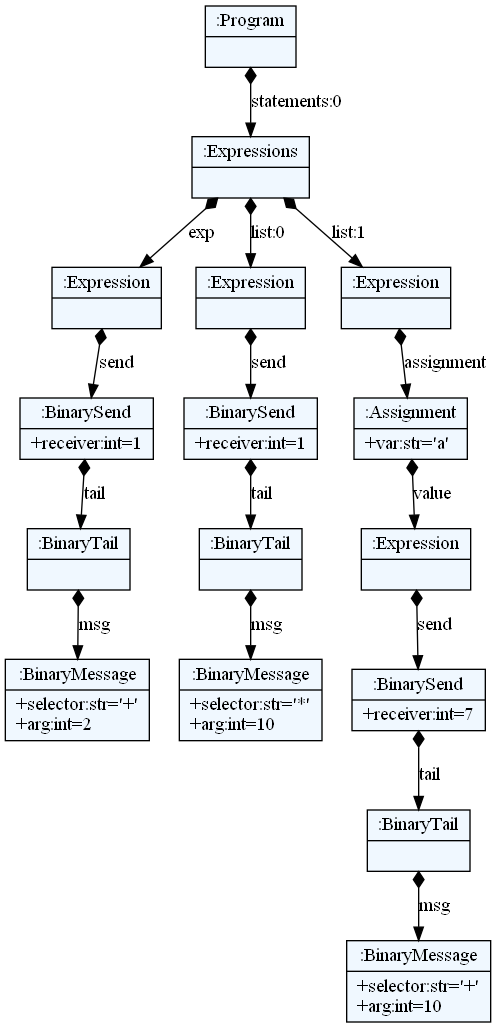
Earlier version of the Graphviz export parser/images/binary_msg.png (spcnz/smalltalk-parser). Its source is kept beside it as parser/dot/binary_msg.dot.
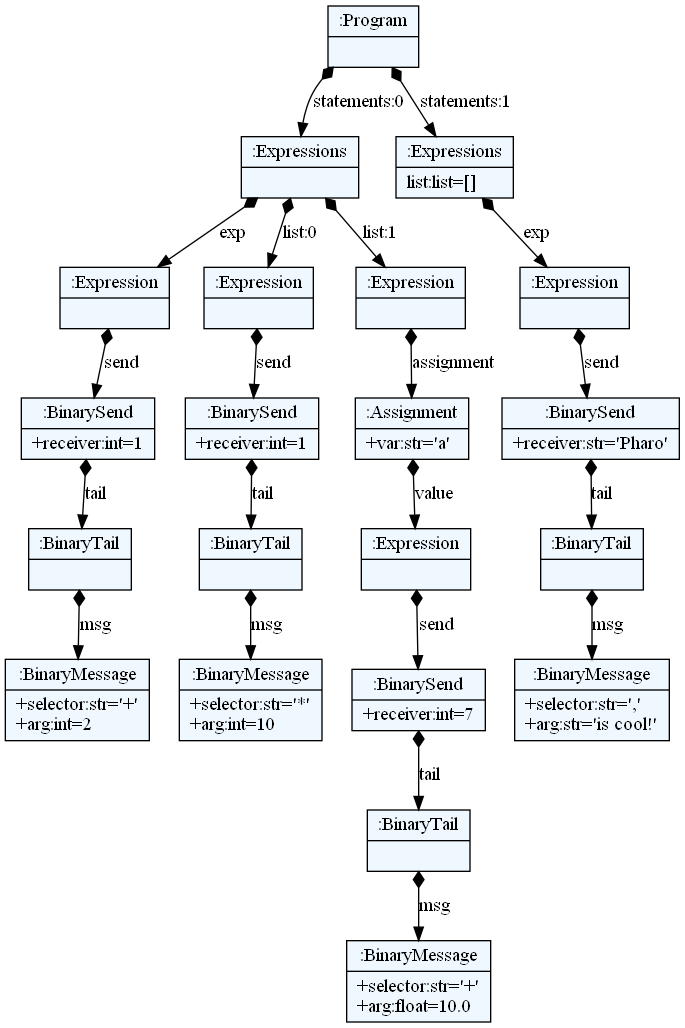
The same diagram one commit later.

Change to the diagram source:
```diff
@@ -10,36 +10,46 @@
     edge[dir=black,arrowtail=empty]
 
 
-2503602535168 -> 2503602759944 [label="statements:0" arrowtail=diamond dir=both]
-2503602759944 -> 2503602760560 [label="exp" arrowtail=diamond dir=both]
-2503602760560 -> 2503602759328 [label="send" arrowtail=diamond dir=both]
-2503602759328 -> 2503602760056 [label="tail" arrowtail=diamond dir=both]
-2503602760056 -> 2503602760672 [label="msg" arrowtail=diamond dir=both]
-2503602760672[label="{:BinaryMessage|+selector:str='+'\l+arg:int=2\l}"]
-2503602760056[label="{:BinaryTail|}"]
-2503602759328[label="{:BinarySend|+receiver:int=1\l}"]
-2503602760560[label="{:Expression|}"]
-2503602759944 -> 2503602759216 [label="list:0" arrowtail=diamond dir=both]
-2503602759216 -> 2503602760840 [label="send" arrowtail=diamond dir=both]
-2503602760840 -> 2503602761512 [label="tail" arrowtail=diamond dir=both]
-2503602761512 -> 2503602761624 [label="msg" arrowtail=diamond dir=both]
-2503602761624[label="{:BinaryMessage|+selector:str='*'\l+arg:int=10\l}"]
-2503602761512[label="{:BinaryTail|}"]
-2503602760840[label="{:BinarySend|+receiver:int=1\l}"]
-2503602759216[label="{:Expression|}"]
-2503602759944 -> 2503602760616 [label="list:1" arrowtail=diamond dir=both]
-2503602760616 -> 2503602760784 [label="assignment" arrowtail=diamond dir=both]
-2503602760784 -> 2503602761680 [label="value" arrowtail=diamond dir=both]
-2503602761680 -> 2503604810136 [label="send" arrowtail=diamond dir=both]
-2503604810136 -> 2503604810360 [label="tail" arrowtail=diamond dir=both]
-2503604810360 -> 2503604810472 [label="msg" arrowtail=diamond dir=both]
-2503604810472[label="{:BinaryMessage|+selector:str='+'\l+arg:int=10\l}"]
-2503604810360[label="{:BinaryTail|}"]
-2503604810136[label="{:BinarySend|+receiver:int=7\l}"]
-2503602761680[label="{:Expression|}"]
-2503602760784[label="{:Assignment|+var:str='a'\l}"]
-2503602760616[label="{:Expression|}"]
-2503602759944[label="{:Expressions|}"]
-2503602535168[label="{:Program|}"]
+1565906721872 -> 1565906994120 [label="statements:0" arrowtail=diamond dir=both]
+1565906994120 -> 1565906994344 [label="exp" arrowtail=diamond dir=both]
+1565906994344 -> 1565906995128 [label="send" arrowtail=diamond dir=both]
+1565906995128 -> 1565906994456 [label="tail" arrowtail=diamond dir=both]
+1565906994456 -> 1565906995800 [label="msg" arrowtail=diamond dir=both]
+1565906995800[label="{:BinaryMessage|+selector:str='+'\l+arg:int=2\l}"]
+1565906994456[label="{:BinaryTail|}"]
+1565906995128[label="{:BinarySend|+receiver:int=1\l}"]
+1565906994344[label="{:Expression|}"]
+1565906994120 -> 1565906995016 [label="list:0" arrowtail=diamond dir=both]
+1565906995016 -> 1565906995296 [label="send" arrowtail=diamond dir=both]
+1565906995296 -> 1565906995856 [label="tail" arrowtail=diamond dir=both]
+1565906995856 -> 1565906996024 [label="msg" arrowtail=diamond dir=both]
+1565906996024[label="{:BinaryMessage|+selector:str='*'\l+arg:int=10\l}"]
+1565906995856[label="{:BinaryTail|}"]
+1565906995296[label="{:BinarySend|+receiver:int=1\l}"]
+1565906995016[label="{:Expression|}"]
+1565906994120 -> 1565906995240 [label="list:1" arrowtail=diamond dir=both]
+1565906995240 -> 1565906994960 [label="assignment" arrowtail=diamond dir=both]
+1565906994960 -> 1565906995744 [label="value" arrowtail=diamond dir=both]
+1565906995744 -> 1565906996640 [label="send" arrowtail=diamond dir=both]
+1565906996640 -> 1565906996360 [label="tail" arrowtail=diamond dir=both]
+1565906996360 -> 1565906993616 [label="msg" arrowtail=diamond dir=both]
+1565906993616[label="{:BinaryMessage|+selector:str='+'\l+arg:float=10.0\l}"]
+1565906996360[label="{:BinaryTail|}"]
+1565906996640[label="{:BinarySend|+receiver:int=7\l}"]
+1565906995744[label="{:Expression|}"]
+1565906994960[label="{:Assignment|+var:str='a'\l}"]
+1565906995240[label="{:Expression|}"]
+1565906994120[label="{:Expressions|}"]
+1565906721872 -> 1565906994288 [label="statements:1" arrowtail=diamond dir=both]
+1565906994288 -> 1565906995464 [label="exp" arrowtail=diamond dir=both]
+1565906995464 -> 1565906995688 [label="send" arrowtail=diamond dir=both]
+1565906995688 -> 1565906996696 [label="tail" arrowtail=diamond dir=both]
+1565906996696 -> 1565906996080 [label="msg" arrowtail=diamond dir=both]
+1565906996080[label="{:BinaryMessage|+selector:str=','\l+arg:str='is cool!'\l}"]
+1565906996696[label="{:BinaryTail|}"]
+1565906995688[label="{:BinarySend|+receiver:str='Pharo'\l}"]
+1565906995464[label="{:Expression|}"]
+1565906994288[label="{:Expressions|list:list=[]\l}"]
+1565906721872[label="{:Program|}"]
 
 }
```
